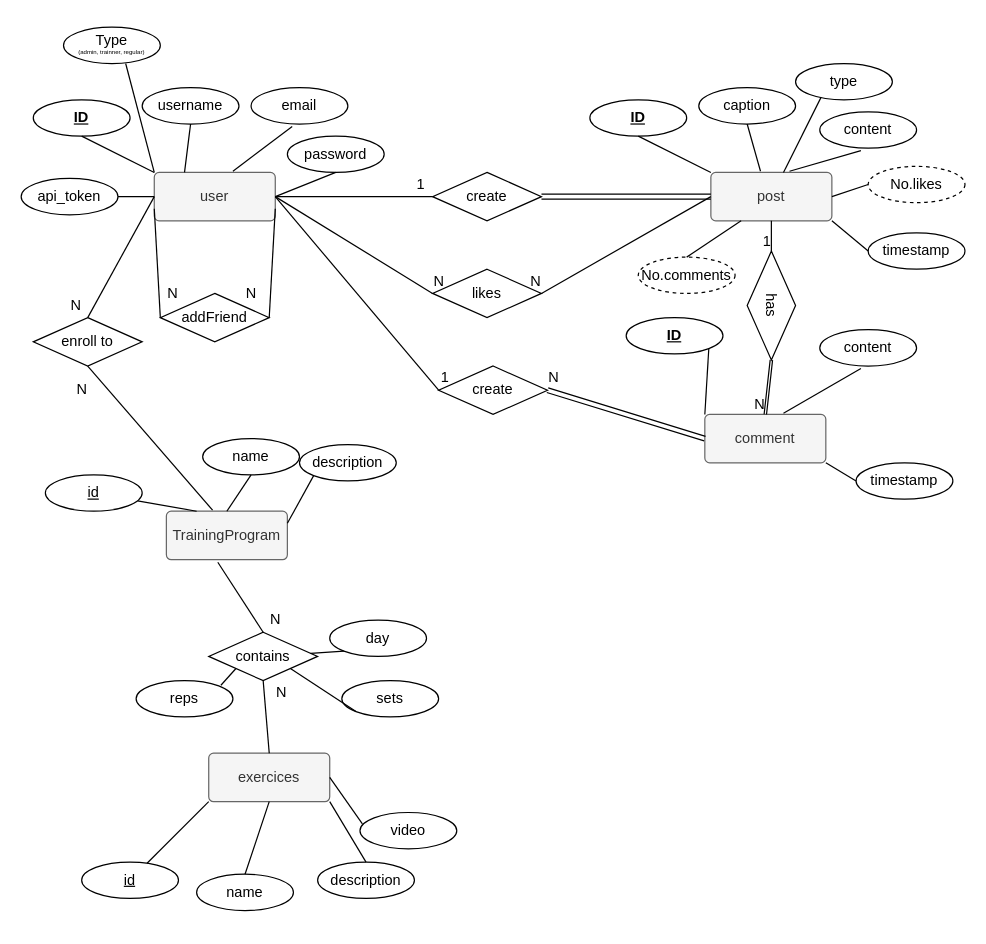
MohammadEssam0/database-related-things keeps this draw.io diagram as ER diagram.drawio. Above is the earlier version. Source tidied: cells renumbered, new cells numbered last; positions are measured from the earlier drawing's top-left corner, leaving out a move shared by most shapes. Both pictures are drawn from the tidied source at 121%, with x=0, y=0 at pixel (21, 27).
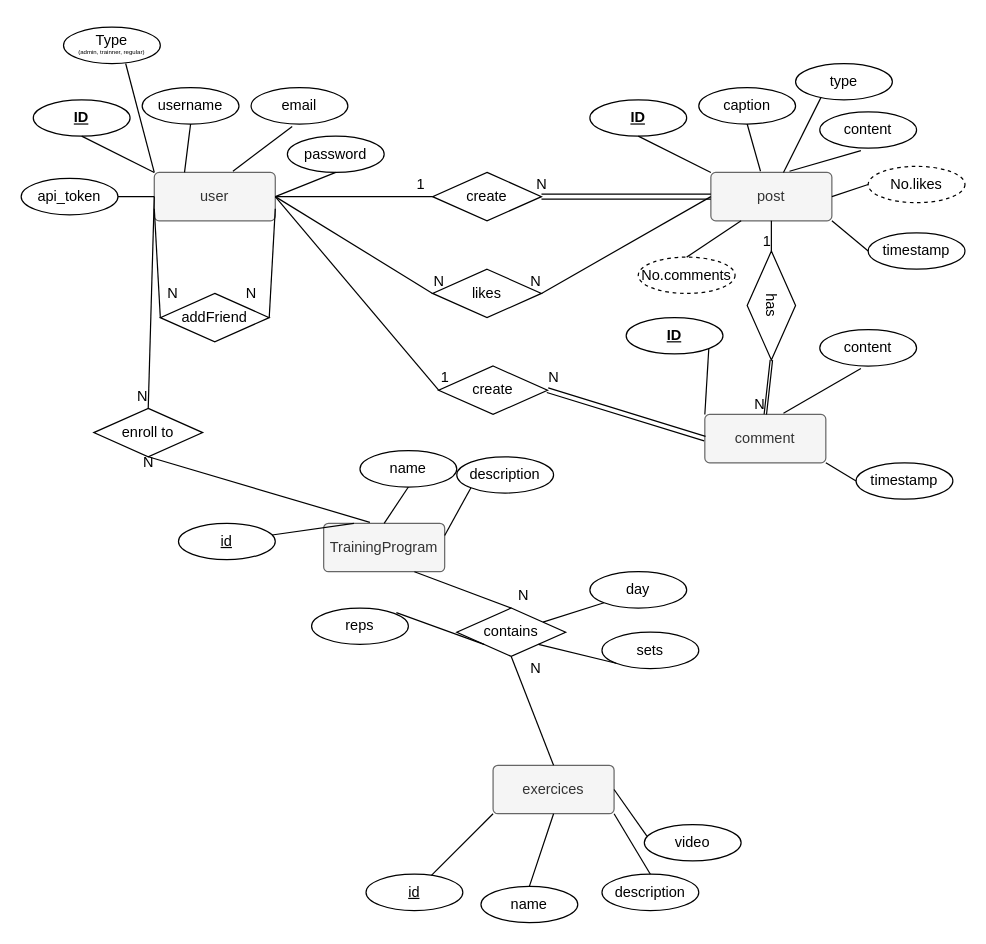
The same diagram, later.

Change to the diagram source:
```diff
@@
     <mxCell id="53" value="&lt;div&gt;TrainingProgram&lt;/div&gt;" style="rounded=1;arcSize=10;whiteSpace=wrap;html=1;align=center;fillColor=#f5f5f5;fontColor=#333333;strokeColor=#666666;" parent="1" vertex="1">
-      <mxGeometry x="120" y="400" width="100" height="40" as="geometry" />
+      <mxGeometry x="250" y="410" width="100" height="40" as="geometry" />
     </mxCell>
     <mxCell id="54" value="&lt;u&gt;id&lt;/u&gt;" style="ellipse;whiteSpace=wrap;html=1;align=center;" parent="1" vertex="1">
-      <mxGeometry x="20" y="370" width="80" height="30" as="geometry" />
+      <mxGeometry x="130" y="410" width="80" height="30" as="geometry" />
     </mxCell>
@@
     <mxCell id="56" value="name" style="ellipse;whiteSpace=wrap;html=1;align=center;" parent="1" vertex="1">
-      <mxGeometry x="150" y="340" width="80" height="30" as="geometry" />
+      <mxGeometry x="280" y="350" width="80" height="30" as="geometry" />
     </mxCell>
@@
     <mxCell id="58" value="description" style="ellipse;whiteSpace=wrap;html=1;align=center;" parent="1" vertex="1">
-      <mxGeometry x="230" y="345" width="80" height="30" as="geometry" />
+      <mxGeometry x="360" y="355" width="80" height="30" as="geometry" />
     </mxCell>
@@
     <mxCell id="60" value="exercices" style="rounded=1;arcSize=10;whiteSpace=wrap;html=1;align=center;fillColor=#f5f5f5;fontColor=#333333;strokeColor=#666666;" parent="1" vertex="1">
-      <mxGeometry x="155" y="600" width="100" height="40" as="geometry" />
+      <mxGeometry x="390" y="610" width="100" height="40" as="geometry" />
     </mxCell>
     <mxCell id="61" value="&lt;u&gt;id&lt;/u&gt;" style="ellipse;whiteSpace=wrap;html=1;align=center;" parent="1" vertex="1">
-      <mxGeometry x="50" y="690" width="80" height="30" as="geometry" />
+      <mxGeometry x="285" y="700" width="80" height="30" as="geometry" />
     </mxCell>
@@
     <mxCell id="63" value="name" style="ellipse;whiteSpace=wrap;html=1;align=center;" parent="1" vertex="1">
-      <mxGeometry x="145" y="700" width="80" height="30" as="geometry" />
+      <mxGeometry x="380" y="710" width="80" height="30" as="geometry" />
     </mxCell>
@@
     <mxCell id="65" value="description" style="ellipse;whiteSpace=wrap;html=1;align=center;" parent="1" vertex="1">
-      <mxGeometry x="245" y="690" width="80" height="30" as="geometry" />
+      <mxGeometry x="480" y="700" width="80" height="30" as="geometry" />
     </mxCell>
@@
     <mxCell id="67" value="video" style="ellipse;whiteSpace=wrap;html=1;align=center;" parent="1" vertex="1">
-      <mxGeometry x="280" y="649" width="80" height="30" as="geometry" />
+      <mxGeometry x="515" y="659" width="80" height="30" as="geometry" />
     </mxCell>
@@
     <mxCell id="69" value="&lt;div&gt;contains&lt;/div&gt;" style="shape=rhombus;perimeter=rhombusPerimeter;whiteSpace=wrap;html=1;align=center;" parent="1" vertex="1">
-      <mxGeometry x="155" y="500" width="90" height="40" as="geometry" />
+      <mxGeometry x="360" y="480" width="90" height="40" as="geometry" />
     </mxCell>
-    <mxCell id="70" style="endArrow=none;html=1;rounded=0;entryX=0.5;entryY=0;entryDx=0;entryDy=0;exitX=0.425;exitY=1.054;exitDx=0;exitDy=0;exitPerimeter=0;" parent="1" edge="1" source="53" target="69">
+    <mxCell id="70" style="endArrow=none;html=1;rounded=0;entryX=0.5;entryY=0;entryDx=0;entryDy=0;exitX=0.75;exitY=1;exitDx=0;exitDy=0;" parent="1" edge="1" source="53" target="69">
       <mxGeometry relative="1" as="geometry" />
     </mxCell>
@@
     <mxCell id="72" value="day" style="ellipse;whiteSpace=wrap;html=1;align=center;" parent="1" vertex="1">
-      <mxGeometry x="255" y="490" width="80" height="30" as="geometry" />
+      <mxGeometry x="470" y="450" width="80" height="30" as="geometry" />
     </mxCell>
@@
     <mxCell id="74" value="sets" style="ellipse;whiteSpace=wrap;html=1;align=center;" parent="1" vertex="1">
-      <mxGeometry x="265" y="540" width="80" height="30" as="geometry" />
+      <mxGeometry x="480" y="500" width="80" height="30" as="geometry" />
     </mxCell>
@@
     <mxCell id="76" value="reps" style="ellipse;whiteSpace=wrap;html=1;align=center;" parent="1" vertex="1">
-      <mxGeometry x="95" y="540" width="80" height="30" as="geometry" />
+      <mxGeometry x="240" y="480" width="80" height="30" as="geometry" />
     </mxCell>
@@
     <mxCell id="78" value="&lt;div&gt;enroll to&lt;/div&gt;" style="shape=rhombus;perimeter=rhombusPerimeter;whiteSpace=wrap;html=1;align=center;" parent="1" vertex="1">
-      <mxGeometry x="10" y="240" width="90" height="40" as="geometry" />
+      <mxGeometry x="60" y="315" width="90" height="40" as="geometry" />
     </mxCell>
@@
     <mxCell id="89" value="N" style="text;html=1;align=center;verticalAlign=middle;strokeColor=none;fillColor=none;rotation=0;" parent="1" vertex="1">
-      <mxGeometry x="35" y="220" width="20" height="20" as="geometry" />
+      <mxGeometry x="90" y="295" width="20" height="20" as="geometry" />
     </mxCell>
     <mxCell id="90" value="N" style="text;html=1;align=center;verticalAlign=middle;strokeColor=none;fillColor=none;rotation=0;" parent="1" vertex="1">
-      <mxGeometry x="40" y="290" width="20" height="20" as="geometry" />
+      <mxGeometry x="95" y="350" width="20" height="20" as="geometry" />
     </mxCell>
     <mxCell id="91" value="N" style="text;html=1;align=center;verticalAlign=middle;strokeColor=none;fillColor=none;rotation=0;" parent="1" vertex="1">
-      <mxGeometry x="200" y="480" width="20" height="20" as="geometry" />
+      <mxGeometry x="405" y="460" width="20" height="20" as="geometry" />
     </mxCell>
     <mxCell id="92" value="N" style="text;html=1;align=center;verticalAlign=middle;strokeColor=none;fillColor=none;rotation=0;" parent="1" vertex="1">
-      <mxGeometry x="205" y="540" width="20" height="20" as="geometry" />
+      <mxGeometry x="415" y="520" width="20" height="20" as="geometry" />
     </mxCell>
+    <mxCell id="93" value="N" style="text;html=1;align=center;verticalAlign=middle;strokeColor=none;fillColor=none;rotation=0;" parent="1" vertex="1">
+      <mxGeometry x="420" y="120" width="20" height="20" as="geometry" />
+    </mxCell>
```
